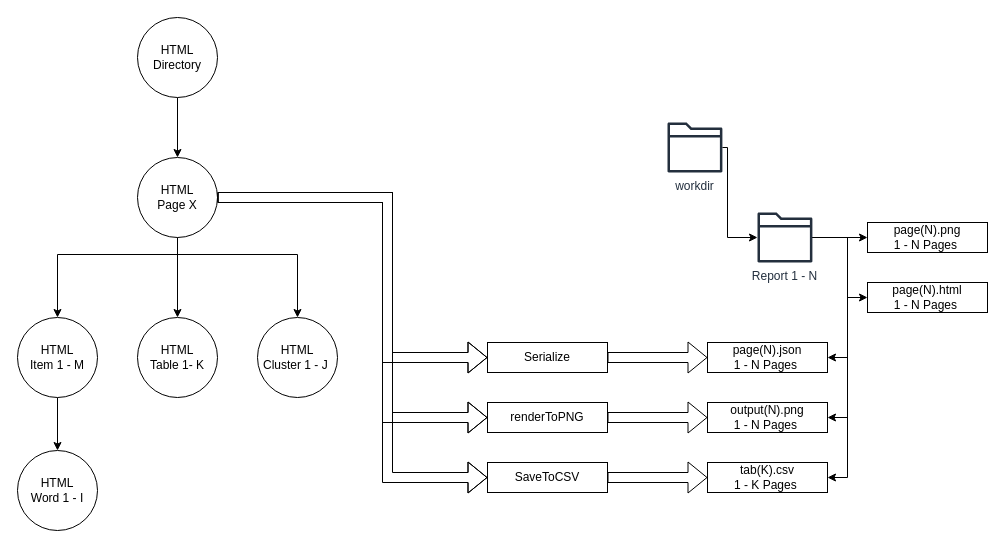
Before: page "4 SaveToPNGandJSON" (8 of 17) of docs/AnalyzeProcess.drawio in fra-uas-digital-project-wp2/TableKPIExtractor, a draw.io diagram. Source tidied: cells renumbered, new cells numbered last; positions are measured from the earlier drawing's top-left corner, leaving out a move shared by most shapes. Both pictures are drawn from the tidied source at 100%, with x=0, y=0 at pixel (17, 17).
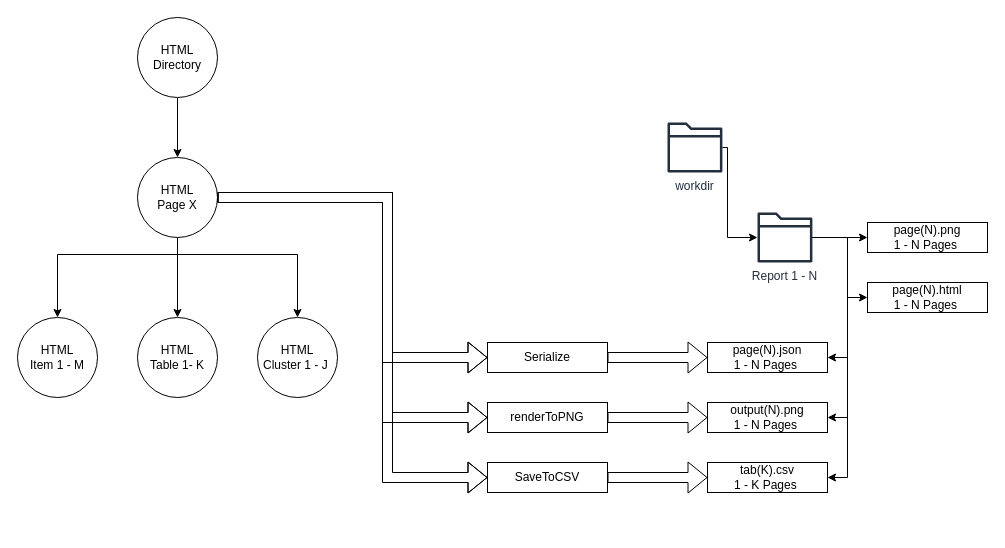
Above is the later version.

Unchanged cells that the change refers to:
```xml
<mxCell id="7" value="HTML&lt;br&gt;Item 1 - M" style="ellipse;whiteSpace=wrap;html=1;" parent="1" vertex="1">
  <mxGeometry y="300" width="80" height="80" as="geometry" />
</mxCell>
```

The edit, as a diff of the source:
```diff
@@
-    <mxCell id="6" style="edgeStyle=orthogonalEdgeStyle;rounded=0;jettySize=auto;html=1;entryX=0.5;entryY=0;entryDx=0;entryDy=0;" parent="1" edge="1" source="7" target="9">
-      <mxGeometry relative="1" as="geometry" />
-    </mxCell>
@@
-    <mxCell id="9" value="HTML&lt;br&gt;Word 1 - I" style="ellipse;whiteSpace=wrap;html=1;" parent="1" vertex="1">
-      <mxGeometry y="433" width="80" height="80" as="geometry" />
-    </mxCell>
```
